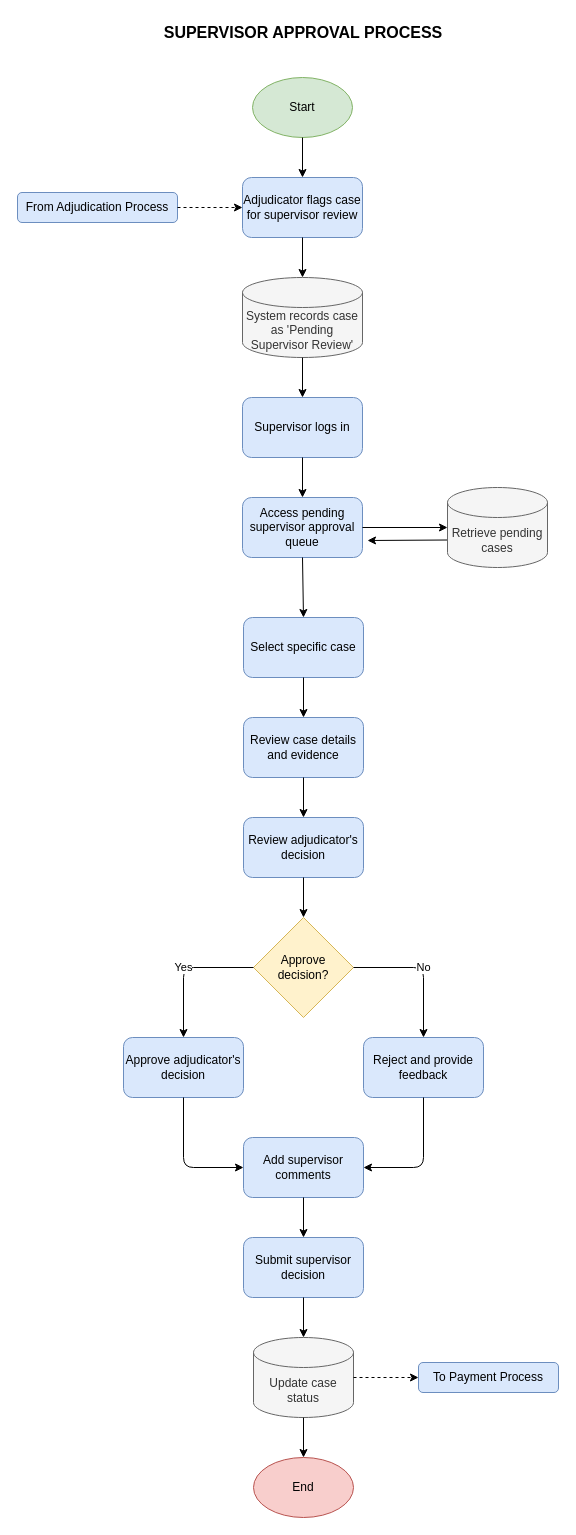
The draw.io diagram supervisor_approval_process.drawio in PotatoLover169/CTTMO-Traffic-violation-Management-System, before the edit. Source tidied: cells renumbered, new cells numbered last; positions are measured from the earlier drawing's top-left corner, leaving out a move shared by most shapes. Both pictures are drawn from the tidied source at 100%, with x=0, y=0 at pixel (17, 17).
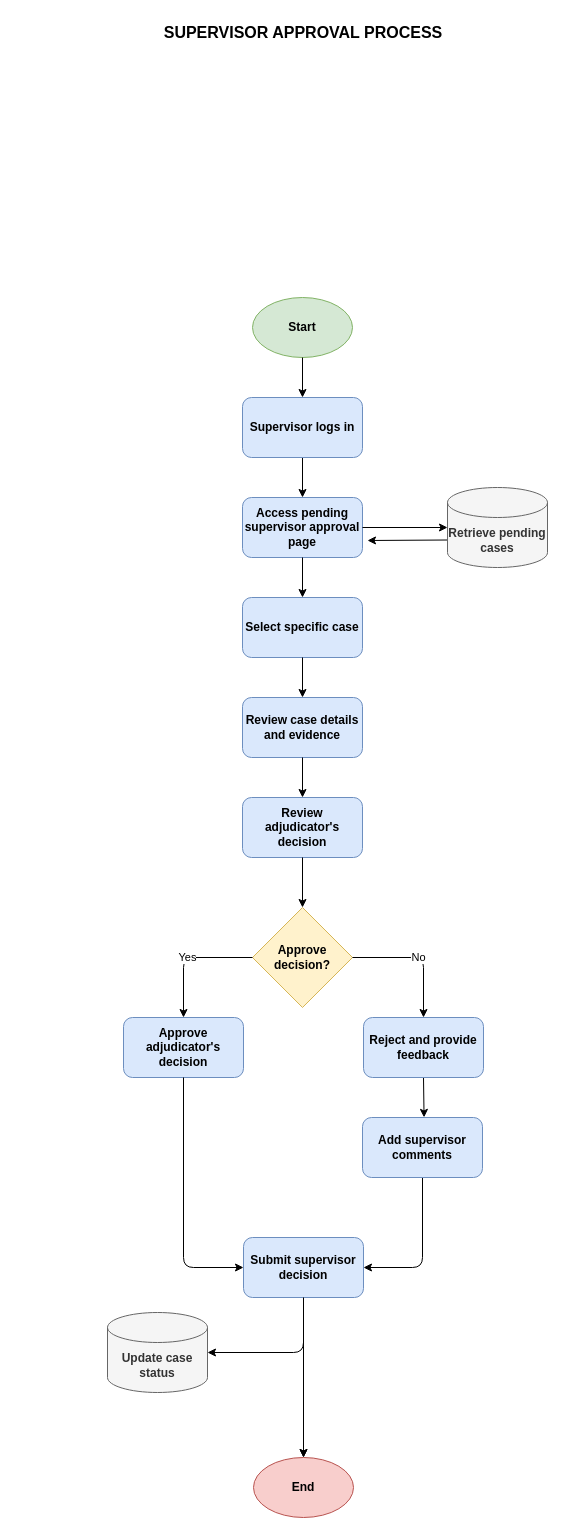
Above is the later version.

Change to the diagram source:
```diff
@@
-    <mxCell id="2" value="Start" style="ellipse;whiteSpace=wrap;html=1;fillColor=#d5e8d4;strokeColor=#82b366;" parent="1" vertex="1">
-      <mxGeometry x="235" y="60" width="100" height="60" as="geometry" />
+    <mxCell id="2" value="&lt;b&gt;Start&lt;/b&gt;" style="ellipse;whiteSpace=wrap;html=1;fillColor=#d5e8d4;strokeColor=#82b366;" parent="1" vertex="1">
+      <mxGeometry x="235" y="280" width="100" height="60" as="geometry" />
     </mxCell>
-    <mxCell id="3" value="Adjudicator flags case for supervisor review" style="rounded=1;whiteSpace=wrap;html=1;fillColor=#dae8fc;strokeColor=#6c8ebf;" parent="1" vertex="1">
-      <mxGeometry x="225" y="160" width="120" height="60" as="geometry" />
-    </mxCell>
-    <mxCell id="4" value="System records case as 'Pending Supervisor Review'" style="shape=cylinder3;whiteSpace=wrap;html=1;boundedLbl=1;backgroundOutline=1;size=15;fillColor=#f5f5f5;fontColor=#333333;strokeColor=#666666;" parent="1" vertex="1">
-      <mxGeometry x="225" y="260" width="120" height="80" as="geometry" />
-    </mxCell>
-    <mxCell id="5" value="Supervisor logs in" style="rounded=1;whiteSpace=wrap;html=1;fillColor=#dae8fc;strokeColor=#6c8ebf;" parent="1" vertex="1">
-      <mxGeometry x="225" y="380" width="120" height="60" as="geometry" />
-    </mxCell>
-    <mxCell id="6" value="Access pending supervisor approval queue" style="rounded=1;whiteSpace=wrap;html=1;fillColor=#dae8fc;strokeColor=#6c8ebf;" parent="1" vertex="1">
+    <mxCell id="6" value="&lt;b&gt;Access pending supervisor approval page&lt;/b&gt;" style="rounded=1;whiteSpace=wrap;html=1;fillColor=#dae8fc;strokeColor=#6c8ebf;" parent="1" vertex="1">
       <mxGeometry x="225" y="480" width="120" height="60" as="geometry" />
     </mxCell>
@@
-    <mxCell id="8" value="Retrieve pending cases" style="shape=cylinder3;whiteSpace=wrap;html=1;boundedLbl=1;backgroundOutline=1;size=15;fillColor=#f5f5f5;fontColor=#333333;strokeColor=#666666;" parent="1" vertex="1">
+    <mxCell id="8" value="&lt;b&gt;Retrieve pending cases&lt;/b&gt;" style="shape=cylinder3;whiteSpace=wrap;html=1;boundedLbl=1;backgroundOutline=1;size=15;fillColor=#f5f5f5;fontColor=#333333;strokeColor=#666666;" parent="1" vertex="1">
       <mxGeometry x="430" y="470" width="100" height="80" as="geometry" />
     </mxCell>
-    <mxCell id="9" value="Select specific case" style="rounded=1;whiteSpace=wrap;html=1;fillColor=#dae8fc;strokeColor=#6c8ebf;" parent="1" vertex="1">
-      <mxGeometry x="226" y="600" width="120" height="60" as="geometry" />
+    <mxCell id="9" value="&lt;b&gt;Select specific case&lt;/b&gt;" style="rounded=1;whiteSpace=wrap;html=1;fillColor=#dae8fc;strokeColor=#6c8ebf;" parent="1" vertex="1">
+      <mxGeometry x="225" y="580" width="120" height="60" as="geometry" />
     </mxCell>
-    <mxCell id="10" value="Review case details and evidence" style="rounded=1;whiteSpace=wrap;html=1;fillColor=#dae8fc;strokeColor=#6c8ebf;" parent="1" vertex="1">
-      <mxGeometry x="226" y="700" width="120" height="60" as="geometry" />
+    <mxCell id="10" value="&lt;b&gt;Review case details and evidence&lt;/b&gt;" style="rounded=1;whiteSpace=wrap;html=1;fillColor=#dae8fc;strokeColor=#6c8ebf;" parent="1" vertex="1">
+      <mxGeometry x="225" y="680" width="120" height="60" as="geometry" />
     </mxCell>
-    <mxCell id="11" value="Review adjudicator's decision" style="rounded=1;whiteSpace=wrap;html=1;fillColor=#dae8fc;strokeColor=#6c8ebf;" parent="1" vertex="1">
-      <mxGeometry x="226" y="800" width="120" height="60" as="geometry" />
+    <mxCell id="11" value="&lt;b&gt;Review adjudicator's decision&lt;/b&gt;" style="rounded=1;whiteSpace=wrap;html=1;fillColor=#dae8fc;strokeColor=#6c8ebf;" parent="1" vertex="1">
+      <mxGeometry x="225" y="780" width="120" height="60" as="geometry" />
     </mxCell>
-    <mxCell id="12" value="Approve decision?" style="rhombus;whiteSpace=wrap;html=1;fillColor=#fff2cc;strokeColor=#d6b656;" parent="1" vertex="1">
-      <mxGeometry x="236" y="900" width="100" height="100" as="geometry" />
+    <mxCell id="12" value="&lt;b&gt;Approve decision?&lt;/b&gt;" style="rhombus;whiteSpace=wrap;html=1;fillColor=#fff2cc;strokeColor=#d6b656;" parent="1" vertex="1">
+      <mxGeometry x="235" y="890" width="100" height="100" as="geometry" />
     </mxCell>
-    <mxCell id="13" value="Approve adjudicator's decision" style="rounded=1;whiteSpace=wrap;html=1;fillColor=#dae8fc;strokeColor=#6c8ebf;" parent="1" vertex="1">
-      <mxGeometry x="106" y="1020" width="120" height="60" as="geometry" />
+    <mxCell id="13" value="&lt;b&gt;Approve adjudicator's decision&lt;/b&gt;" style="rounded=1;whiteSpace=wrap;html=1;fillColor=#dae8fc;strokeColor=#6c8ebf;" parent="1" vertex="1">
+      <mxGeometry x="106" y="1000" width="120" height="60" as="geometry" />
     </mxCell>
+    <mxCell id="31" style="edgeStyle=none;html=1;exitX=0.5;exitY=1;exitDx=0;exitDy=0;entryX=0.513;entryY=-0.002;entryDx=0;entryDy=0;entryPerimeter=0;" parent="1" edge="1" source="14" target="15">
+      <mxGeometry relative="1" as="geometry" />
+    </mxCell>
-    <mxCell id="14" value="Reject and provide feedback" style="rounded=1;whiteSpace=wrap;html=1;fillColor=#dae8fc;strokeColor=#6c8ebf;" parent="1" vertex="1">
-      <mxGeometry x="346" y="1020" width="120" height="60" as="geometry" />
+    <mxCell id="14" value="&lt;b&gt;Reject and provide feedback&lt;/b&gt;" style="rounded=1;whiteSpace=wrap;html=1;fillColor=#dae8fc;strokeColor=#6c8ebf;" parent="1" vertex="1">
+      <mxGeometry x="346" y="1000" width="120" height="60" as="geometry" />
     </mxCell>
-    <mxCell id="15" value="Add supervisor comments" style="rounded=1;whiteSpace=wrap;html=1;fillColor=#dae8fc;strokeColor=#6c8ebf;" parent="1" vertex="1">
-      <mxGeometry x="226" y="1120" width="120" height="60" as="geometry" />
-    </mxCell>
+    <mxCell id="40" style="edgeStyle=none;html=1;" parent="1" edge="1" source="16">
+      <mxGeometry relative="1" as="geometry">
+        <mxPoint x="286" y="1440" as="targetPoint" />
+      </mxGeometry>
+    </mxCell>
-    <mxCell id="16" value="Submit supervisor decision" style="rounded=1;whiteSpace=wrap;html=1;fillColor=#dae8fc;strokeColor=#6c8ebf;" parent="1" vertex="1">
+    <mxCell id="16" value="&lt;b&gt;Submit supervisor decision&lt;/b&gt;" style="rounded=1;whiteSpace=wrap;html=1;fillColor=#dae8fc;strokeColor=#6c8ebf;" parent="1" vertex="1">
       <mxGeometry x="226" y="1220" width="120" height="60" as="geometry" />
     </mxCell>
-    <mxCell id="17" value="Update case status" style="shape=cylinder3;whiteSpace=wrap;html=1;boundedLbl=1;backgroundOutline=1;size=15;fillColor=#f5f5f5;fontColor=#333333;strokeColor=#666666;" parent="1" vertex="1">
-      <mxGeometry x="236" y="1320" width="100" height="80" as="geometry" />
-    </mxCell>
-    <mxCell id="18" value="End" style="ellipse;whiteSpace=wrap;html=1;fillColor=#f8cecc;strokeColor=#b85450;" parent="1" vertex="1">
+    <mxCell id="18" value="&lt;b&gt;End&lt;/b&gt;" style="ellipse;whiteSpace=wrap;html=1;fillColor=#f8cecc;strokeColor=#b85450;" parent="1" vertex="1">
       <mxGeometry x="236" y="1440" width="100" height="60" as="geometry" />
     </mxCell>
-    <mxCell id="19" style="endArrow=classic;html=1;exitX=0.5;exitY=1;exitDx=0;exitDy=0;entryX=0.5;entryY=0;entryDx=0;entryDy=0;" parent="1" edge="1" source="2" target="3">
+    <mxCell id="19" style="endArrow=classic;html=1;exitX=0.5;exitY=1;exitDx=0;exitDy=0;entryX=0.5;entryY=0;entryDx=0;entryDy=0;" parent="1" edge="1" source="2" target="5">
       <mxGeometry relative="1" as="geometry" />
     </mxCell>
-    <mxCell id="20" style="endArrow=classic;html=1;exitX=0.5;exitY=1;exitDx=0;exitDy=0;entryX=0.5;entryY=0;entryDx=0;entryDy=0;" parent="1" edge="1" source="3" target="4">
-      <mxGeometry relative="1" as="geometry" />
-    </mxCell>
-    <mxCell id="21" style="endArrow=classic;html=1;exitX=0.5;exitY=1;exitDx=0;exitDy=0;entryX=0.5;entryY=0;entryDx=0;entryDy=0;" parent="1" edge="1" source="4" target="5">
-      <mxGeometry relative="1" as="geometry" />
-    </mxCell>
-    <mxCell id="22" style="endArrow=classic;html=1;exitX=0.5;exitY=1;exitDx=0;exitDy=0;entryX=0.5;entryY=0;entryDx=0;entryDy=0;" parent="1" edge="1" source="5" target="6">
-      <mxGeometry relative="1" as="geometry" />
-    </mxCell>
@@
     <mxCell id="28" value="Yes" style="endArrow=classic;html=1;exitX=0;exitY=0.5;exitDx=0;exitDy=0;entryX=0.5;entryY=0;entryDx=0;entryDy=0;" parent="1" edge="1" source="12" target="13">
       <mxGeometry relative="1" as="geometry">
         <Array as="points">
-          <mxPoint x="166" y="950" />
+          <mxPoint x="166" y="940" />
         </Array>
       </mxGeometry>
     </mxCell>
     <mxCell id="29" value="No" style="endArrow=classic;html=1;exitX=1;exitY=0.5;exitDx=0;exitDy=0;entryX=0.5;entryY=0;entryDx=0;entryDy=0;" parent="1" edge="1" source="12" target="14">
       <mxGeometry relative="1" as="geometry">
         <Array as="points">
-          <mxPoint x="406" y="950" />
+          <mxPoint x="406" y="940" />
         </Array>
       </mxGeometry>
     </mxCell>
-    <mxCell id="30" style="endArrow=classic;html=1;exitX=0.5;exitY=1;exitDx=0;exitDy=0;entryX=0;entryY=0.5;entryDx=0;entryDy=0;" parent="1" edge="1" source="13" target="15">
+    <mxCell id="30" style="endArrow=classic;html=1;exitX=0.5;exitY=1;exitDx=0;exitDy=0;entryX=0;entryY=0.5;entryDx=0;entryDy=0;" parent="1" edge="1" source="13" target="16">
       <mxGeometry relative="1" as="geometry">
         <Array as="points">
-          <mxPoint x="166" y="1150" />
+          <mxPoint x="166" y="1250" />
         </Array>
       </mxGeometry>
     </mxCell>
-    <mxCell id="31" style="endArrow=classic;html=1;exitX=0.5;exitY=1;exitDx=0;exitDy=0;entryX=1;entryY=0.5;entryDx=0;entryDy=0;" parent="1" edge="1" source="14" target="15">
-      <mxGeometry relative="1" as="geometry">
-        <Array as="points">
-          <mxPoint x="406" y="1150" />
-        </Array>
-      </mxGeometry>
-    </mxCell>
-    <mxCell id="32" style="endArrow=classic;html=1;exitX=0.5;exitY=1;exitDx=0;exitDy=0;entryX=0.5;entryY=0;entryDx=0;entryDy=0;" parent="1" edge="1" source="15" target="16">
-      <mxGeometry relative="1" as="geometry" />
-    </mxCell>
-    <mxCell id="33" style="endArrow=classic;html=1;exitX=0.5;exitY=1;exitDx=0;exitDy=0;entryX=0.5;entryY=0;entryDx=0;entryDy=0;" parent="1" edge="1" source="16" target="17">
-      <mxGeometry relative="1" as="geometry" />
+    <mxCell id="33" style="endArrow=classic;html=1;exitX=0.5;exitY=1;exitDx=0;exitDy=0;entryX=1;entryY=0.5;entryDx=0;entryDy=0;entryPerimeter=0;" parent="1" edge="1" source="16" target="17">
+      <mxGeometry relative="1" as="geometry">
+        <Array as="points">
+          <mxPoint x="286" y="1335" />
+        </Array>
+      </mxGeometry>
     </mxCell>
-    <mxCell id="34" style="endArrow=classic;html=1;exitX=0.5;exitY=1;exitDx=0;exitDy=0;entryX=0.5;entryY=0;entryDx=0;entryDy=0;" parent="1" edge="1" source="17">
+    <mxCell id="34" style="endArrow=classic;html=1;exitX=0.5;exitY=1;exitDx=0;exitDy=0;entryX=0.5;entryY=0;entryDx=0;entryDy=0;" parent="1" edge="1">
       <mxGeometry relative="1" as="geometry">
+        <mxPoint x="286" y="1400" as="sourcePoint" />
         <mxPoint x="286" y="1440" as="targetPoint" />
       </mxGeometry>
     </mxCell>
@@
-    <mxCell id="36" value="From Adjudication Process" style="text;html=1;strokeColor=#6c8ebf;fillColor=#dae8fc;align=center;verticalAlign=middle;whiteSpace=wrap;rounded=1;" parent="1" vertex="1">
-      <mxGeometry y="175" width="160" height="30" as="geometry" />
-    </mxCell>
-    <mxCell id="37" style="endArrow=classic;html=1;dashed=1;exitX=1;exitY=0.5;exitDx=0;exitDy=0;entryX=0;entryY=0.5;entryDx=0;entryDy=0;" parent="1" edge="1" source="36" target="3">
-      <mxGeometry relative="1" as="geometry" />
-    </mxCell>
-    <mxCell id="38" value="To Payment Process" style="text;html=1;strokeColor=#6c8ebf;fillColor=#dae8fc;align=center;verticalAlign=middle;whiteSpace=wrap;rounded=1;" parent="1" vertex="1">
-      <mxGeometry x="401" y="1345" width="140" height="30" as="geometry" />
-    </mxCell>
-    <mxCell id="39" style="endArrow=classic;html=1;dashed=1;exitX=1;exitY=0.5;exitDx=0;exitDy=0;entryX=0;entryY=0.5;entryDx=0;entryDy=0;" parent="1" edge="1" source="17" target="38">
-      <mxGeometry relative="1" as="geometry" />
-    </mxCell>
+    <mxCell id="22" style="edgeStyle=none;html=1;" parent="1" edge="1" source="5" target="6">
+      <mxGeometry relative="1" as="geometry" />
+    </mxCell>
+    <mxCell id="5" value="&lt;b&gt;Supervisor logs in&lt;/b&gt;" style="rounded=1;whiteSpace=wrap;html=1;fillColor=#dae8fc;strokeColor=#6c8ebf;" parent="1" vertex="1">
+      <mxGeometry x="225" y="380" width="120" height="60" as="geometry" />
+    </mxCell>
+    <mxCell id="32" style="edgeStyle=none;html=1;entryX=1;entryY=0.5;entryDx=0;entryDy=0;" parent="1" edge="1" source="15" target="16">
+      <mxGeometry relative="1" as="geometry">
+        <Array as="points">
+          <mxPoint x="405" y="1250" />
+        </Array>
+      </mxGeometry>
+    </mxCell>
+    <mxCell id="15" value="&lt;b&gt;Add supervisor comments&lt;/b&gt;" style="rounded=1;whiteSpace=wrap;html=1;fillColor=#dae8fc;strokeColor=#6c8ebf;" parent="1" vertex="1">
+      <mxGeometry x="345" y="1100" width="120" height="60" as="geometry" />
+    </mxCell>
+    <mxCell id="17" value="&lt;b&gt;Update case status&lt;/b&gt;" style="shape=cylinder3;whiteSpace=wrap;html=1;boundedLbl=1;backgroundOutline=1;size=15;fillColor=#f5f5f5;fontColor=#333333;strokeColor=#666666;" parent="1" vertex="1">
+      <mxGeometry x="90" y="1295" width="100" height="80" as="geometry" />
+    </mxCell>
```
